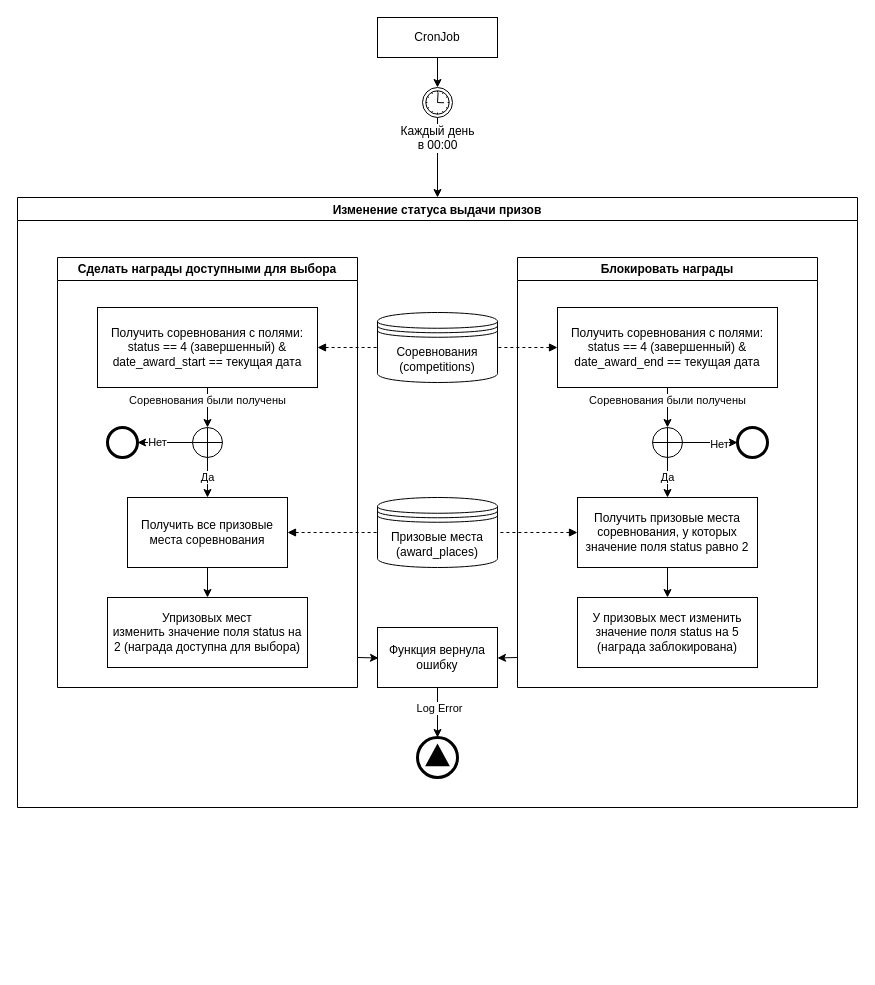
Above: page "Период вручения наград" (1 of 5) of Награждение участников.drawio in aau8/draw.io (draw.io), before the change. Source tidied: cells renumbered, new cells numbered last; positions are measured from the earlier drawing's top-left corner, leaving out a move shared by most shapes. Both pictures are drawn from the tidied source at 100%, with x=0, y=0 at pixel (17, 17).
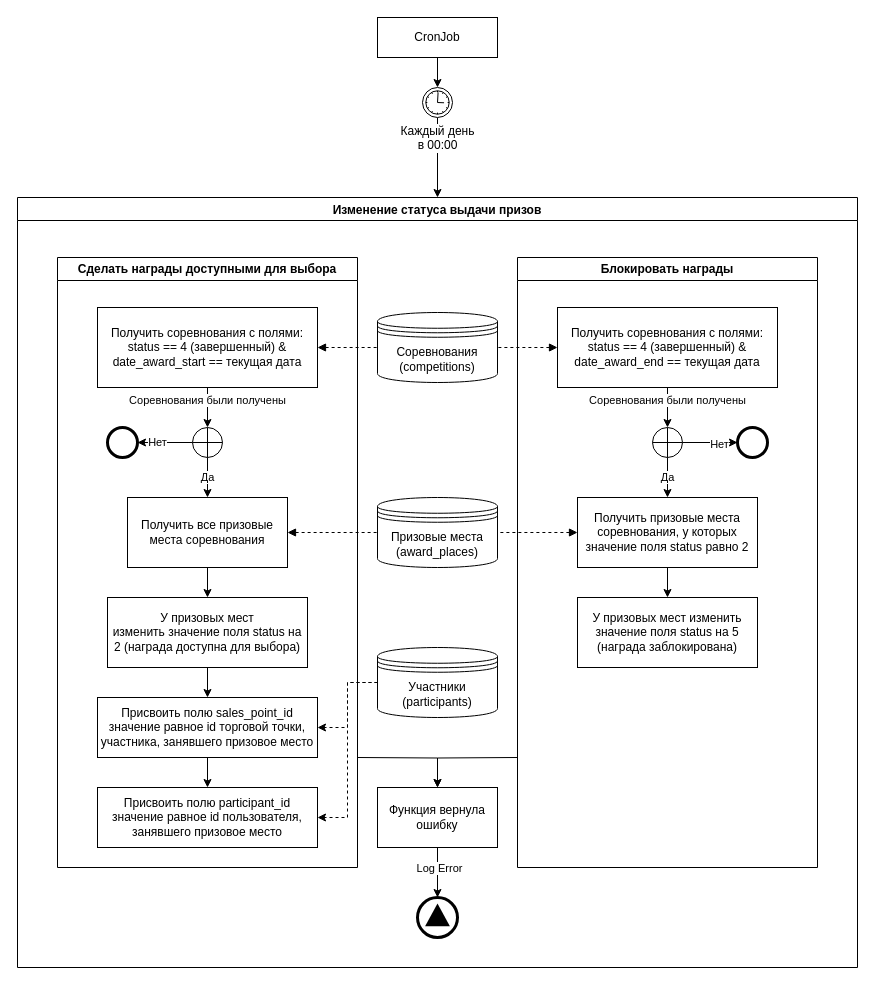
The same diagram, later.

What changed in the source:
```diff
@@
     <mxCell id="6" value="Изменение статуса выдачи призов" style="swimlane;" parent="1" vertex="1">
-      <mxGeometry y="180" width="840" height="610" as="geometry" />
+      <mxGeometry y="180" width="840" height="770" as="geometry" />
     </mxCell>
@@
     <mxCell id="8" style="edgeStyle=orthogonalEdgeStyle;rounded=0;jettySize=auto;html=1;" parent="6" edge="1" target="42">
       <mxGeometry relative="1" as="geometry">
-        <mxPoint x="500" y="460" as="sourcePoint" />
+        <mxPoint x="500" y="560" as="sourcePoint" />
       </mxGeometry>
     </mxCell>
     <mxCell id="9" value="Блокировать награды" style="swimlane;whiteSpace=wrap;html=1;" parent="6" vertex="1">
-      <mxGeometry x="500" y="60" width="300" height="430" as="geometry" />
+      <mxGeometry x="500" y="60" width="300" height="610" as="geometry" />
     </mxCell>
@@
     <mxCell id="21" style="edgeStyle=orthogonalEdgeStyle;rounded=0;jettySize=auto;html=1;" parent="6" edge="1" target="42">
       <mxGeometry relative="1" as="geometry">
-        <mxPoint x="340" y="460" as="sourcePoint" />
+        <mxPoint x="340" y="560" as="sourcePoint" />
       </mxGeometry>
     </mxCell>
     <mxCell id="22" value="Сделать награды доступными для выбора" style="swimlane;whiteSpace=wrap;html=1;" parent="6" vertex="1">
-      <mxGeometry x="40" y="60" width="300" height="430" as="geometry" />
+      <mxGeometry x="40" y="60" width="300" height="610" as="geometry" />
     </mxCell>
@@
+    <mxCell id="43" style="edgeStyle=orthogonalEdgeStyle;rounded=0;jettySize=auto;html=1;" parent="22" edge="1" source="33" target="45">
+      <mxGeometry relative="1" as="geometry" />
+    </mxCell>
-    <mxCell id="33" value="Упризовых мест&lt;br&gt;изменить значение поля status на 2 (награда доступна для выбора&lt;span id=&quot;docs-internal-guid-a5fbda73-7fff-3050-be4a-004d5840d798&quot;&gt;&lt;/span&gt;)" style="rounded=0;whiteSpace=wrap;html=1;" parent="22" vertex="1">
+    <mxCell id="33" value="У призовых мест&lt;br&gt;изменить значение поля status на 2 (награда доступна для выбора&lt;span id=&quot;docs-internal-guid-a5fbda73-7fff-3050-be4a-004d5840d798&quot;&gt;&lt;/span&gt;)" style="rounded=0;whiteSpace=wrap;html=1;" parent="22" vertex="1">
       <mxGeometry x="50" y="340" width="200" height="70" as="geometry" />
     </mxCell>
+    <mxCell id="44" style="edgeStyle=orthogonalEdgeStyle;rounded=0;jettySize=auto;html=1;" parent="22" edge="1" source="45" target="46">
+      <mxGeometry relative="1" as="geometry" />
+    </mxCell>
+    <mxCell id="45" value="Присвоить полю sales_point_id значение равное id торговой точки, участника, занявшего призовое место" style="whiteSpace=wrap;html=1;rounded=0;" parent="22" vertex="1">
+      <mxGeometry x="40" y="440" width="220" height="60" as="geometry" />
+    </mxCell>
+    <mxCell id="46" value="Присвоить полю participant_id значение равное id пользователя, занявшего призовое место" style="whiteSpace=wrap;html=1;rounded=0;" parent="22" vertex="1">
+      <mxGeometry x="40" y="530" width="220" height="60" as="geometry" />
+    </mxCell>
@@
     <mxCell id="39" style="points=[[0.145,0.145,0],[0.5,0,0],[0.855,0.145,0],[1,0.5,0],[0.855,0.855,0],[0.5,1,0],[0.145,0.855,0],[0,0.5,0]];shape=mxgraph.bpmn.event;html=1;verticalLabelPosition=bottom;labelBackgroundColor=#ffffff;verticalAlign=top;align=center;perimeter=ellipsePerimeter;outlineConnect=0;outline=end;symbol=signal;" parent="6" vertex="1">
-      <mxGeometry x="400" y="540" width="40" height="40" as="geometry" />
+      <mxGeometry x="400" y="700" width="40" height="40" as="geometry" />
     </mxCell>
@@
     <mxCell id="42" value="Функция вернула ошибку" style="whiteSpace=wrap;html=1;" parent="6" vertex="1">
-      <mxGeometry x="360" y="430" width="120" height="60" as="geometry" />
+      <mxGeometry x="360" y="590" width="120" height="60" as="geometry" />
     </mxCell>
+    <mxCell id="47" style="edgeStyle=orthogonalEdgeStyle;rounded=0;jettySize=auto;html=1;dashed=1;" parent="6" edge="1" source="48" target="45">
+      <mxGeometry relative="1" as="geometry" />
+    </mxCell>
+    <mxCell id="48" value="Участники&lt;br&gt;(participants)" style="shape=datastore;whiteSpace=wrap;html=1;" parent="6" vertex="1">
+      <mxGeometry x="360" y="450" width="120" height="70" as="geometry" />
+    </mxCell>
+    <mxCell id="49" style="edgeStyle=orthogonalEdgeStyle;rounded=0;jettySize=auto;html=1;dashed=1;entryX=1;entryY=0.5;entryDx=0;entryDy=0;" parent="6" edge="1" source="48" target="46">
+      <mxGeometry relative="1" as="geometry" />
+    </mxCell>
```
